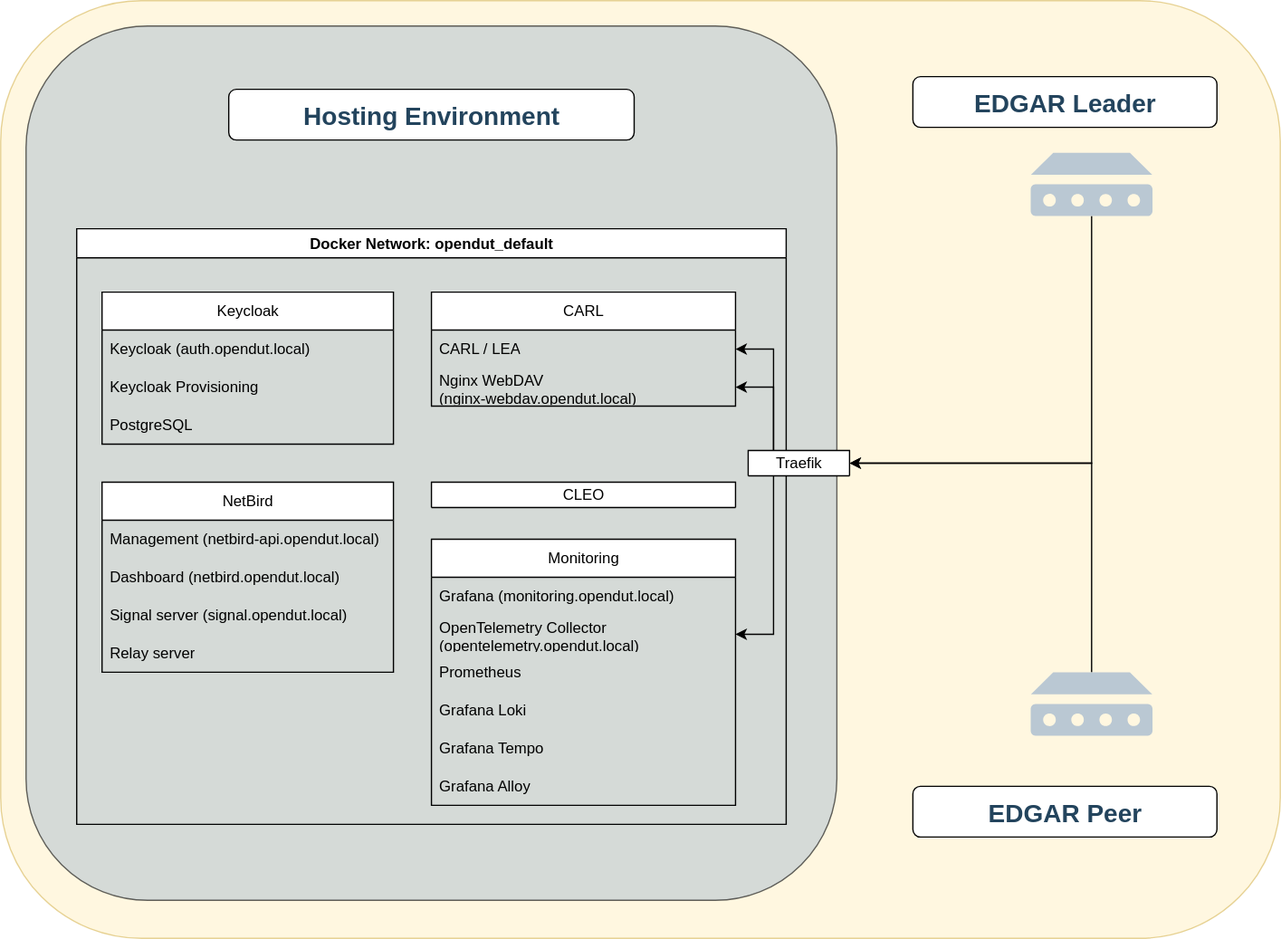
This is doc/src/architecture/deployment/img/opendut-vm-edgar-test-setup.drawio.svg from eclipse-opendut/opendut, a draw.io export, as it was before one commit. Source tidied: cells renumbered, new cells last; positions are measured from the earlier drawing's top-left corner, leaving out a move shared by most shapes.
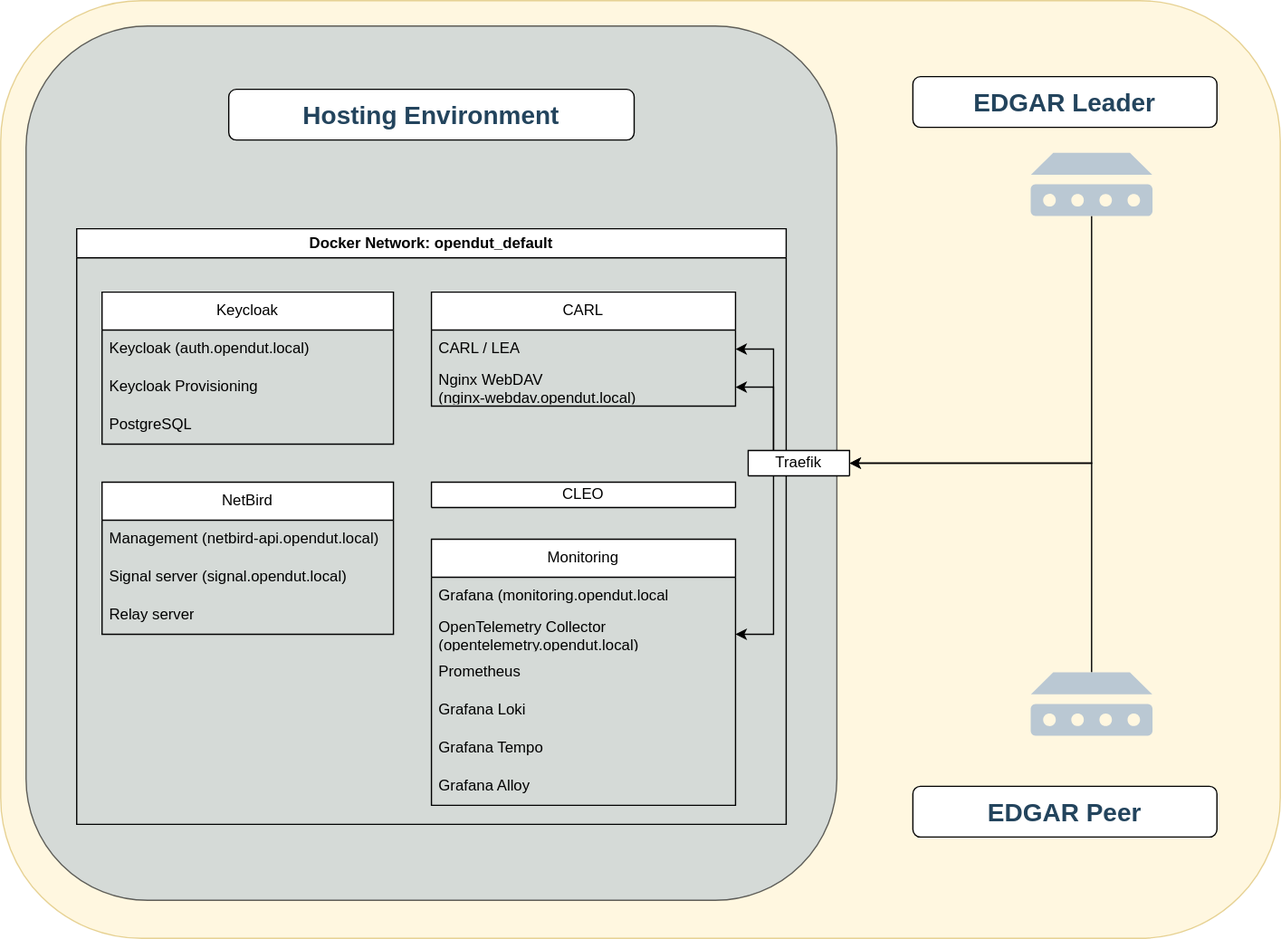
The same diagram one commit later.

The edit, as a diff of the source:
```diff
@@ -27,19 +27,16 @@
       <mxGeometry y="90" width="230" height="30" as="geometry" />
     </mxCell>
     <mxCell id="10" value="NetBird" style="swimlane;fontStyle=0;horizontal=1;startSize=30;whiteSpace=wrap;html=1;" parent="1" vertex="1">
-      <mxGeometry x="80" y="380" width="230" height="150" as="geometry" />
+      <mxGeometry x="80" y="380" width="230" height="120" as="geometry" />
     </mxCell>
     <mxCell id="11" value="Management (netbird-api.opendut.local)" style="text;strokeColor=none;fillColor=none;align=left;verticalAlign=middle;spacingLeft=4;spacingRight=4;overflow=hidden;whiteSpace=wrap;html=1;" parent="10" vertex="1">
       <mxGeometry y="30" width="230" height="30" as="geometry" />
     </mxCell>
-    <mxCell id="12" value="Dashboard (netbird.opendut.local)" style="text;strokeColor=none;fillColor=none;align=left;verticalAlign=middle;spacingLeft=4;spacingRight=4;overflow=hidden;whiteSpace=wrap;html=1;" parent="10" vertex="1">
-      <mxGeometry y="60" width="230" height="30" as="geometry" />
-    </mxCell>
     <mxCell id="13" value="&lt;div&gt;Signal server (signal.opendut.local)&lt;/div&gt;" style="text;strokeColor=none;fillColor=none;align=left;verticalAlign=middle;spacingLeft=4;spacingRight=4;overflow=hidden;whiteSpace=wrap;html=1;" parent="10" vertex="1">
-      <mxGeometry y="90" width="230" height="30" as="geometry" />
+      <mxGeometry y="60" width="230" height="30" as="geometry" />
     </mxCell>
     <mxCell id="14" value="Relay server" style="text;strokeColor=none;fillColor=none;align=left;verticalAlign=middle;spacingLeft=4;spacingRight=4;overflow=hidden;whiteSpace=wrap;html=1;" parent="10" vertex="1">
-      <mxGeometry y="120" width="230" height="30" as="geometry" />
+      <mxGeometry y="90" width="230" height="30" as="geometry" />
     </mxCell>
     <mxCell id="15" value="&lt;span style=&quot;font-weight: normal;&quot;&gt;CLEO&lt;/span&gt;" style="swimlane;whiteSpace=wrap;html=1;startSize=23;" parent="1" vertex="1">
       <mxGeometry x="340" y="380" width="240" height="20" as="geometry" />
```
